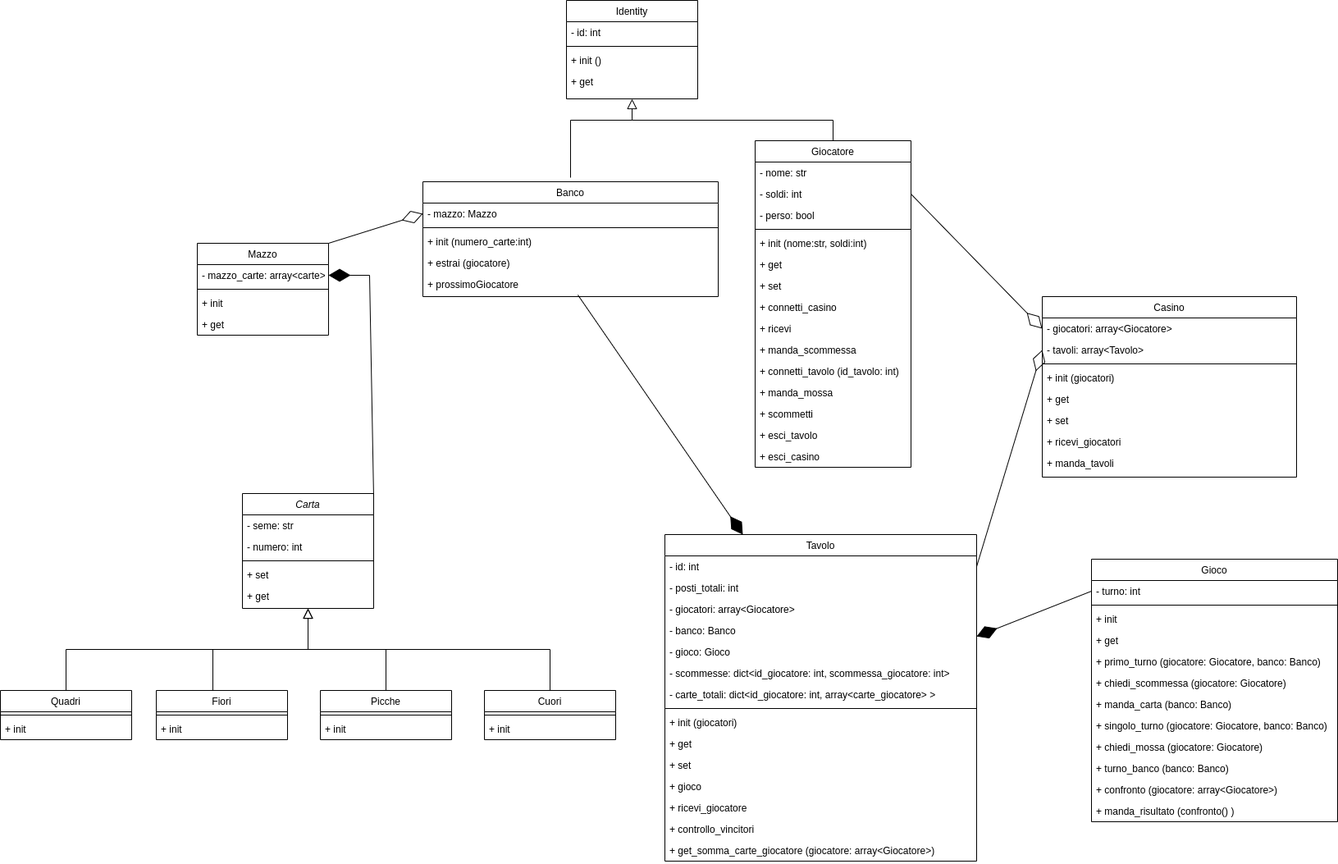
The draw.io diagram UML.png in PikeTurner/BlackJack, before a commit. Source tidied: cells renumbered, new cells last; positions are measured from the earlier drawing's top-left corner, leaving out a move shared by most shapes.
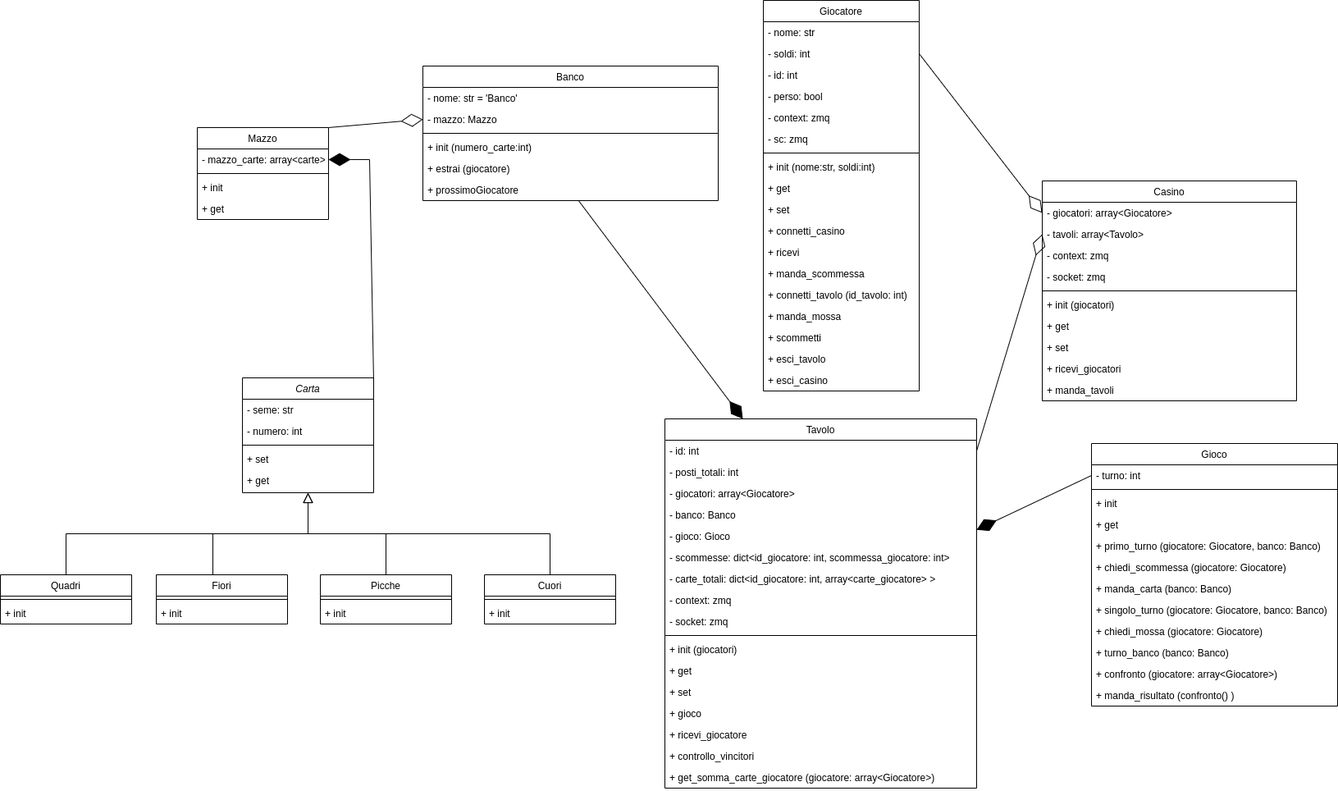
After the change.

Change to the diagram source:
```diff
@@ -104,25 +104,28 @@
       </mxGeometry>
     </mxCell>
     <mxCell id="31" value="Banco" style="swimlane;fontStyle=0;align=center;verticalAlign=top;horizontal=1;startSize=26;rounded=0;shadow=0;strokeWidth=1;" parent="1" vertex="1">
-      <mxGeometry x="515" y="221" width="360" height="140" as="geometry" />
+      <mxGeometry x="515" y="221" width="360" height="164" as="geometry" />
     </mxCell>
+    <mxCell id="103" value="- nome: str = 'Banco'" style="text;align=left;verticalAlign=top;spacingLeft=4;spacingRight=4;overflow=hidden;" parent="31" vertex="1">
+      <mxGeometry y="26" width="360" height="26" as="geometry" />
+    </mxCell>
     <mxCell id="32" value="- mazzo: Mazzo" style="text;align=left;verticalAlign=top;spacingLeft=4;spacingRight=4;overflow=hidden;points=[[0,0.5],[1,0.5]];portConstraint=eastwest;" parent="31" vertex="1">
-      <mxGeometry y="26" width="360" height="26" as="geometry" />
+      <mxGeometry y="52" width="360" height="26" as="geometry" />
     </mxCell>
     <mxCell id="33" style="line;html=1;strokeWidth=1;align=left;verticalAlign=middle;spacingTop=-1;spacingLeft=3;spacingRight=3;labelPosition=right;" parent="31" vertex="1">
-      <mxGeometry y="52" width="360" height="8" as="geometry" />
+      <mxGeometry y="78" width="360" height="8" as="geometry" />
     </mxCell>
     <mxCell id="34" value="+ init (numero_carte:int)" style="text;align=left;verticalAlign=top;spacingLeft=4;spacingRight=4;overflow=hidden;" parent="31" vertex="1">
-      <mxGeometry y="60" width="360" height="26" as="geometry" />
+      <mxGeometry y="86" width="360" height="26" as="geometry" />
     </mxCell>
     <mxCell id="35" value="+ estrai (giocatore)" style="text;align=left;verticalAlign=top;spacingLeft=4;spacingRight=4;overflow=hidden;" parent="31" vertex="1">
-      <mxGeometry y="86" width="360" height="26" as="geometry" />
+      <mxGeometry y="112" width="360" height="26" as="geometry" />
     </mxCell>
     <mxCell id="36" value="+ prossimoGiocatore" style="text;align=left;verticalAlign=top;spacingLeft=4;spacingRight=4;overflow=hidden;points=[[0,0.5],[1,0.5]];portConstraint=eastwest;" parent="31" vertex="1">
-      <mxGeometry y="112" width="360" height="26" as="geometry" />
+      <mxGeometry y="138" width="360" height="26" as="geometry" />
     </mxCell>
     <mxCell id="37" value="Giocatore" style="swimlane;fontStyle=0;align=center;verticalAlign=top;horizontal=1;startSize=26;rounded=0;shadow=0;strokeWidth=1;" parent="1" vertex="1">
-      <mxGeometry x="920" y="171" width="190" height="398" as="geometry" />
+      <mxGeometry x="930" y="141" width="190" height="476" as="geometry" />
     </mxCell>
     <mxCell id="38" value="- nome: str" style="text;align=left;verticalAlign=top;spacingLeft=4;spacingRight=4;overflow=hidden;" parent="37" vertex="1">
       <mxGeometry y="26" width="190" height="26" as="geometry" />
@@ -130,47 +133,56 @@
     <mxCell id="39" value="- soldi: int" style="text;align=left;verticalAlign=top;spacingLeft=4;spacingRight=4;overflow=hidden;points=[[0,0.5],[1,0.5]];portConstraint=eastwest;" parent="37" vertex="1">
       <mxGeometry y="52" width="190" height="26" as="geometry" />
     </mxCell>
+    <mxCell id="71" value="- id: int" style="text;align=left;verticalAlign=top;spacingLeft=4;spacingRight=4;overflow=hidden;" parent="37" vertex="1">
+      <mxGeometry y="78" width="190" height="26" as="geometry" />
+    </mxCell>
     <mxCell id="40" value="- perso: bool" style="text;align=left;verticalAlign=top;spacingLeft=4;spacingRight=4;overflow=hidden;" parent="37" vertex="1">
-      <mxGeometry y="78" width="190" height="26" as="geometry" />
+      <mxGeometry y="104" width="190" height="26" as="geometry" />
     </mxCell>
+    <mxCell id="104" value="- context: zmq" style="text;align=left;verticalAlign=top;spacingLeft=4;spacingRight=4;overflow=hidden;" parent="37" vertex="1">
+      <mxGeometry y="130" width="190" height="26" as="geometry" />
+    </mxCell>
+    <mxCell id="105" value="- sc: zmq" style="text;align=left;verticalAlign=top;spacingLeft=4;spacingRight=4;overflow=hidden;" parent="37" vertex="1">
+      <mxGeometry y="156" width="190" height="26" as="geometry" />
+    </mxCell>
     <mxCell id="41" style="line;html=1;strokeWidth=1;align=left;verticalAlign=middle;spacingTop=-1;spacingLeft=3;spacingRight=3;labelPosition=right;" parent="37" vertex="1">
-      <mxGeometry y="104" width="190" height="8" as="geometry" />
+      <mxGeometry y="182" width="190" height="8" as="geometry" />
     </mxCell>
     <mxCell id="42" value="+ init (nome:str, soldi:int)" style="text;align=left;verticalAlign=top;spacingLeft=4;spacingRight=4;overflow=hidden;" parent="37" vertex="1">
-      <mxGeometry y="112" width="190" height="26" as="geometry" />
+      <mxGeometry y="190" width="190" height="26" as="geometry" />
     </mxCell>
     <mxCell id="43" value="+ get" style="text;align=left;verticalAlign=top;spacingLeft=4;spacingRight=4;overflow=hidden;" parent="37" vertex="1">
-      <mxGeometry y="138" width="190" height="26" as="geometry" />
+      <mxGeometry y="216" width="190" height="26" as="geometry" />
     </mxCell>
     <mxCell id="44" value="+ set" style="text;align=left;verticalAlign=top;spacingLeft=4;spacingRight=4;overflow=hidden;" parent="37" vertex="1">
-      <mxGeometry y="164" width="190" height="26" as="geometry" />
+      <mxGeometry y="242" width="190" height="26" as="geometry" />
     </mxCell>
     <mxCell id="45" value="+ connetti_casino" style="text;align=left;verticalAlign=top;spacingLeft=4;spacingRight=4;overflow=hidden;" parent="37" vertex="1">
-      <mxGeometry y="190" width="190" height="26" as="geometry" />
+      <mxGeometry y="268" width="190" height="26" as="geometry" />
     </mxCell>
     <mxCell id="46" value="+ ricevi" style="text;align=left;verticalAlign=top;spacingLeft=4;spacingRight=4;overflow=hidden;" parent="37" vertex="1">
-      <mxGeometry y="216" width="190" height="26" as="geometry" />
+      <mxGeometry y="294" width="190" height="26" as="geometry" />
     </mxCell>
     <mxCell id="47" value="+ manda_scommessa" style="text;align=left;verticalAlign=top;spacingLeft=4;spacingRight=4;overflow=hidden;" parent="37" vertex="1">
-      <mxGeometry y="242" width="190" height="26" as="geometry" />
+      <mxGeometry y="320" width="190" height="26" as="geometry" />
     </mxCell>
     <mxCell id="48" value="+ connetti_tavolo (id_tavolo: int)" style="text;align=left;verticalAlign=top;spacingLeft=4;spacingRight=4;overflow=hidden;" parent="37" vertex="1">
-      <mxGeometry y="268" width="190" height="26" as="geometry" />
+      <mxGeometry y="346" width="190" height="26" as="geometry" />
     </mxCell>
     <mxCell id="49" value="+ manda_mossa" style="text;align=left;verticalAlign=top;spacingLeft=4;spacingRight=4;overflow=hidden;" parent="37" vertex="1">
-      <mxGeometry y="294" width="190" height="26" as="geometry" />
+      <mxGeometry y="372" width="190" height="26" as="geometry" />
     </mxCell>
     <mxCell id="50" value="+ scommetti" style="text;align=left;verticalAlign=top;spacingLeft=4;spacingRight=4;overflow=hidden;" parent="37" vertex="1">
-      <mxGeometry y="320" width="190" height="26" as="geometry" />
+      <mxGeometry y="398" width="190" height="26" as="geometry" />
     </mxCell>
     <mxCell id="51" value="+ esci_tavolo" style="text;align=left;verticalAlign=top;spacingLeft=4;spacingRight=4;overflow=hidden;" parent="37" vertex="1">
-      <mxGeometry y="346" width="190" height="26" as="geometry" />
+      <mxGeometry y="424" width="190" height="26" as="geometry" />
     </mxCell>
     <mxCell id="52" value="+ esci_casino" style="text;align=left;verticalAlign=top;spacingLeft=4;spacingRight=4;overflow=hidden;" parent="37" vertex="1">
-      <mxGeometry y="372" width="190" height="26" as="geometry" />
+      <mxGeometry y="450" width="190" height="26" as="geometry" />
     </mxCell>
     <mxCell id="53" value="Tavolo" style="swimlane;fontStyle=0;align=center;verticalAlign=top;horizontal=1;startSize=26;rounded=0;shadow=0;strokeWidth=1;" parent="1" vertex="1">
-      <mxGeometry x="810" y="651" width="380" height="398" as="geometry" />
+      <mxGeometry x="810" y="651" width="380" height="450" as="geometry" />
     </mxCell>
     <mxCell id="54" value="- id: int" style="text;align=left;verticalAlign=top;spacingLeft=4;spacingRight=4;overflow=hidden;points=[[0,0.5],[1,0.5]];portConstraint=eastwest;" parent="53" vertex="1">
       <mxGeometry y="26" width="380" height="26" as="geometry" />
@@ -193,60 +205,39 @@
     <mxCell id="60" value="- carte_totali: dict&lt;id_giocatore: int, array&lt;carte_giocatore&gt; &gt;" style="text;align=left;verticalAlign=top;spacingLeft=4;spacingRight=4;overflow=hidden;" parent="53" vertex="1">
       <mxGeometry y="182" width="380" height="26" as="geometry" />
     </mxCell>
+    <mxCell id="106" value="- context: zmq" style="text;align=left;verticalAlign=top;spacingLeft=4;spacingRight=4;overflow=hidden;" parent="53" vertex="1">
+      <mxGeometry y="208" width="380" height="26" as="geometry" />
+    </mxCell>
+    <mxCell id="107" value="- socket: zmq" style="text;align=left;verticalAlign=top;spacingLeft=4;spacingRight=4;overflow=hidden;" parent="53" vertex="1">
+      <mxGeometry y="234" width="380" height="26" as="geometry" />
+    </mxCell>
     <mxCell id="61" style="line;html=1;strokeWidth=1;align=left;verticalAlign=middle;spacingTop=-1;spacingLeft=3;spacingRight=3;labelPosition=right;" parent="53" vertex="1">
-      <mxGeometry y="208" width="380" height="8" as="geometry" />
+      <mxGeometry y="260" width="380" height="8" as="geometry" />
     </mxCell>
     <mxCell id="62" value="+ init (giocatori)" style="text;align=left;verticalAlign=top;spacingLeft=4;spacingRight=4;overflow=hidden;" parent="53" vertex="1">
-      <mxGeometry y="216" width="380" height="26" as="geometry" />
+      <mxGeometry y="268" width="380" height="26" as="geometry" />
     </mxCell>
     <mxCell id="63" value="+ get" style="text;align=left;verticalAlign=top;spacingLeft=4;spacingRight=4;overflow=hidden;" parent="53" vertex="1">
-      <mxGeometry y="242" width="380" height="26" as="geometry" />
+      <mxGeometry y="294" width="380" height="26" as="geometry" />
     </mxCell>
     <mxCell id="64" value="+ set" style="text;align=left;verticalAlign=top;spacingLeft=4;spacingRight=4;overflow=hidden;" parent="53" vertex="1">
-      <mxGeometry y="268" width="380" height="26" as="geometry" />
+      <mxGeometry y="320" width="380" height="26" as="geometry" />
     </mxCell>
     <mxCell id="65" value="+ gioco" style="text;align=left;verticalAlign=top;spacingLeft=4;spacingRight=4;overflow=hidden;" parent="53" vertex="1">
-      <mxGeometry y="294" width="380" height="26" as="geometry" />
+      <mxGeometry y="346" width="380" height="26" as="geometry" />
     </mxCell>
     <mxCell id="66" value="+ ricevi_giocatore" style="text;align=left;verticalAlign=top;spacingLeft=4;spacingRight=4;overflow=hidden;" parent="53" vertex="1">
-      <mxGeometry y="320" width="380" height="26" as="geometry" />
+      <mxGeometry y="372" width="380" height="26" as="geometry" />
     </mxCell>
     <mxCell id="67" value="+ controllo_vincitori" style="text;align=left;verticalAlign=top;spacingLeft=4;spacingRight=4;overflow=hidden;" parent="53" vertex="1">
-      <mxGeometry y="346" width="380" height="26" as="geometry" />
+      <mxGeometry y="398" width="380" height="26" as="geometry" />
     </mxCell>
     <mxCell id="68" value="+ get_somma_carte_giocatore (giocatore: array&lt;Giocatore&gt;)" style="text;align=left;verticalAlign=top;spacingLeft=4;spacingRight=4;overflow=hidden;" parent="53" vertex="1">
-      <mxGeometry y="372" width="380" height="26" as="geometry" />
+      <mxGeometry y="424" width="380" height="26" as="geometry" />
     </mxCell>
     <mxCell id="69" style="endArrow=diamondThin;endFill=0;endSize=24;html=1;rounded=0;entryX=0;entryY=0.5;entryDx=0;entryDy=0;exitX=1;exitY=0;exitDx=0;exitDy=0;" parent="1" edge="1" source="13" target="32">
       <mxGeometry relative="1" as="geometry" />
     </mxCell>
-    <mxCell id="70" value="Identity" style="swimlane;fontStyle=0;align=center;verticalAlign=top;horizontal=1;startSize=26;rounded=0;shadow=0;strokeWidth=1;" parent="1" vertex="1">
-      <mxGeometry x="690" width="160" height="120" as="geometry" />
-    </mxCell>
-    <mxCell id="71" value="- id: int" style="text;align=left;verticalAlign=top;spacingLeft=4;spacingRight=4;overflow=hidden;" parent="70" vertex="1">
-      <mxGeometry y="26" width="160" height="26" as="geometry" />
-    </mxCell>
-    <mxCell id="72" style="line;html=1;strokeWidth=1;align=left;verticalAlign=middle;spacingTop=-1;spacingLeft=3;spacingRight=3;labelPosition=right;" parent="70" vertex="1">
-      <mxGeometry y="52" width="160" height="8" as="geometry" />
-    </mxCell>
-    <mxCell id="73" value="+ init ()" style="text;align=left;verticalAlign=top;spacingLeft=4;spacingRight=4;overflow=hidden;" parent="70" vertex="1">
-      <mxGeometry y="60" width="160" height="26" as="geometry" />
-    </mxCell>
-    <mxCell id="74" value="+ get" style="text;align=left;verticalAlign=top;spacingLeft=4;spacingRight=4;overflow=hidden;" parent="70" vertex="1">
-      <mxGeometry y="86" width="160" height="26" as="geometry" />
-    </mxCell>
-    <mxCell id="75" style="endArrow=block;endSize=10;endFill=0;shadow=0;strokeWidth=1;rounded=0;edgeStyle=elbowEdgeStyle;elbow=vertical;entryX=0.5;entryY=1;entryDx=0;entryDy=0;exitX=0.5;exitY=0;exitDx=0;exitDy=0;" parent="1" edge="1" source="37" target="70">
-      <mxGeometry relative="1" as="geometry" />
-    </mxCell>
-    <mxCell id="76" style="endArrow=none;html=1;rounded=0;exitX=0.5;exitY=0;exitDx=0;exitDy=0;" parent="1" edge="1">
-      <mxGeometry relative="1" as="geometry">
-        <mxPoint x="695" y="216" as="sourcePoint" />
-        <mxPoint x="770" y="146" as="targetPoint" />
-        <Array as="points">
-          <mxPoint x="695" y="146" />
-        </Array>
-      </mxGeometry>
-    </mxCell>
     <mxCell id="77" value="Gioco" style="swimlane;fontStyle=0;align=center;verticalAlign=top;horizontal=1;startSize=26;rounded=0;shadow=0;strokeWidth=1;" parent="1" vertex="1">
       <mxGeometry x="1330" y="681" width="300" height="320" as="geometry" />
     </mxCell>
@@ -293,7 +284,7 @@
       <mxGeometry relative="1" as="geometry" />
     </mxCell>
     <mxCell id="92" value="Casino" style="swimlane;fontStyle=0;align=center;verticalAlign=top;horizontal=1;startSize=26;rounded=0;shadow=0;strokeWidth=1;" parent="1" vertex="1">
-      <mxGeometry x="1270" y="361" width="310" height="220" as="geometry" />
+      <mxGeometry x="1270" y="361" width="310" height="268" as="geometry" />
     </mxCell>
     <mxCell id="93" value="- giocatori: array&lt;Giocatore&gt;" style="text;align=left;verticalAlign=top;spacingLeft=4;spacingRight=4;overflow=hidden;points=[[0,0.5],[1,0.5]];portConstraint=eastwest;" parent="92" vertex="1">
       <mxGeometry y="26" width="310" height="26" as="geometry" />
@@ -301,23 +292,29 @@
     <mxCell id="94" value="- tavoli: array&lt;Tavolo&gt;" style="text;align=left;verticalAlign=top;spacingLeft=4;spacingRight=4;overflow=hidden;points=[[0,0.5],[1,0.5]];portConstraint=eastwest;" parent="92" vertex="1">
       <mxGeometry y="52" width="310" height="26" as="geometry" />
     </mxCell>
+    <mxCell id="108" value="- context: zmq" style="text;align=left;verticalAlign=top;spacingLeft=4;spacingRight=4;overflow=hidden;" parent="92" vertex="1">
+      <mxGeometry y="78" width="310" height="26" as="geometry" />
+    </mxCell>
+    <mxCell id="109" value="- socket: zmq" style="text;align=left;verticalAlign=top;spacingLeft=4;spacingRight=4;overflow=hidden;" parent="92" vertex="1">
+      <mxGeometry y="104" width="310" height="26" as="geometry" />
+    </mxCell>
     <mxCell id="95" style="line;html=1;strokeWidth=1;align=left;verticalAlign=middle;spacingTop=-1;spacingLeft=3;spacingRight=3;labelPosition=right;" parent="92" vertex="1">
-      <mxGeometry y="78" width="310" height="8" as="geometry" />
+      <mxGeometry y="130" width="310" height="8" as="geometry" />
     </mxCell>
     <mxCell id="96" value="+ init (giocatori)" style="text;align=left;verticalAlign=top;spacingLeft=4;spacingRight=4;overflow=hidden;" parent="92" vertex="1">
-      <mxGeometry y="86" width="310" height="26" as="geometry" />
+      <mxGeometry y="138" width="310" height="26" as="geometry" />
     </mxCell>
     <mxCell id="97" value="+ get" style="text;align=left;verticalAlign=top;spacingLeft=4;spacingRight=4;overflow=hidden;" parent="92" vertex="1">
-      <mxGeometry y="112" width="310" height="26" as="geometry" />
+      <mxGeometry y="164" width="310" height="26" as="geometry" />
     </mxCell>
     <mxCell id="98" value="+ set" style="text;align=left;verticalAlign=top;spacingLeft=4;spacingRight=4;overflow=hidden;" parent="92" vertex="1">
-      <mxGeometry y="138" width="310" height="26" as="geometry" />
+      <mxGeometry y="190" width="310" height="26" as="geometry" />
     </mxCell>
     <mxCell id="99" value="+ ricevi_giocatori" style="text;align=left;verticalAlign=top;spacingLeft=4;spacingRight=4;overflow=hidden;" parent="92" vertex="1">
-      <mxGeometry y="164" width="310" height="26" as="geometry" />
+      <mxGeometry y="216" width="310" height="26" as="geometry" />
     </mxCell>
     <mxCell id="100" value="+ manda_tavoli" style="text;align=left;verticalAlign=top;spacingLeft=4;spacingRight=4;overflow=hidden;" parent="92" vertex="1">
-      <mxGeometry y="190" width="310" height="26" as="geometry" />
+      <mxGeometry y="242" width="310" height="26" as="geometry" />
     </mxCell>
     <mxCell id="101" style="endArrow=diamondThin;endFill=0;endSize=24;html=1;rounded=0;entryX=0;entryY=0.5;entryDx=0;entryDy=0;exitX=1;exitY=0.5;exitDx=0;exitDy=0;" parent="1" edge="1" source="54" target="94">
       <mxGeometry relative="1" as="geometry" />
```
